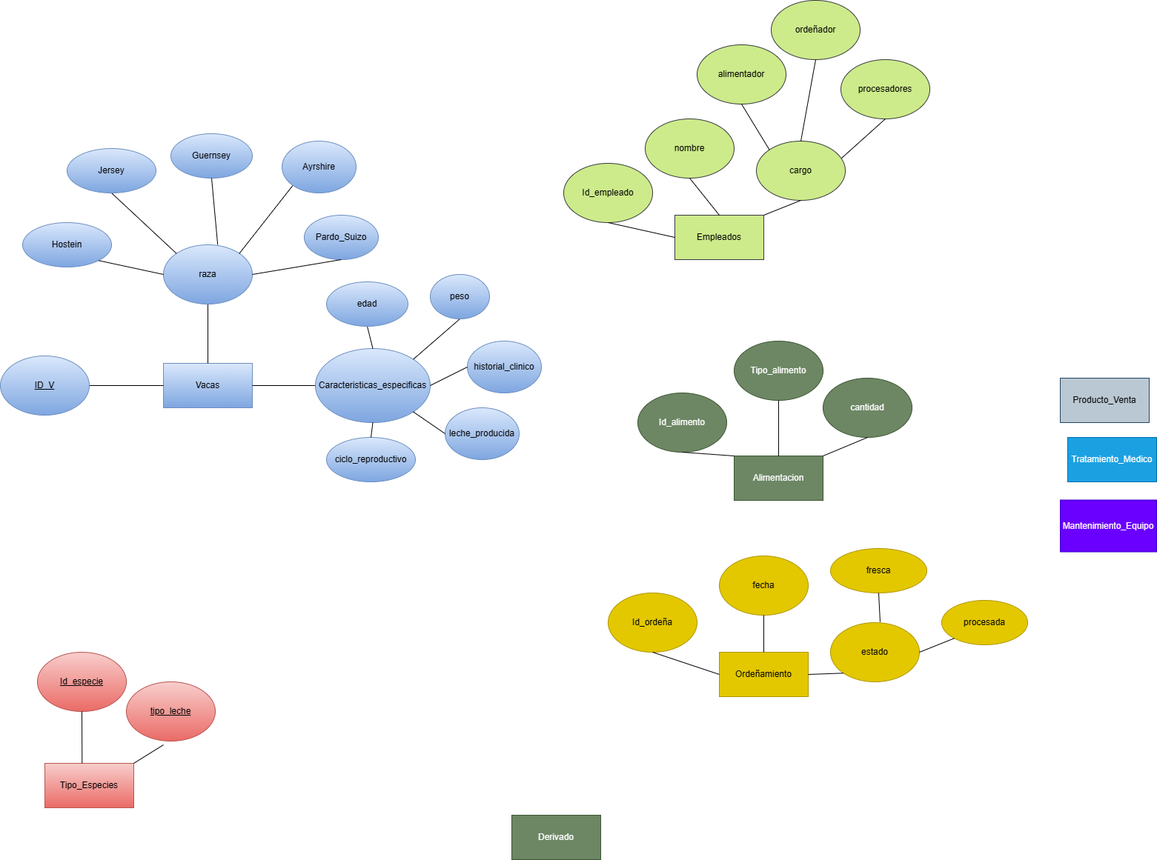
akdii/ProgramacionIV keeps this draw.io diagram as Diagrama sin título.drawio.png. Above is the earlier version. Source tidied: cells renumbered, new cells last; positions are measured from the earlier drawing's top-left corner, leaving out a move shared by most shapes.
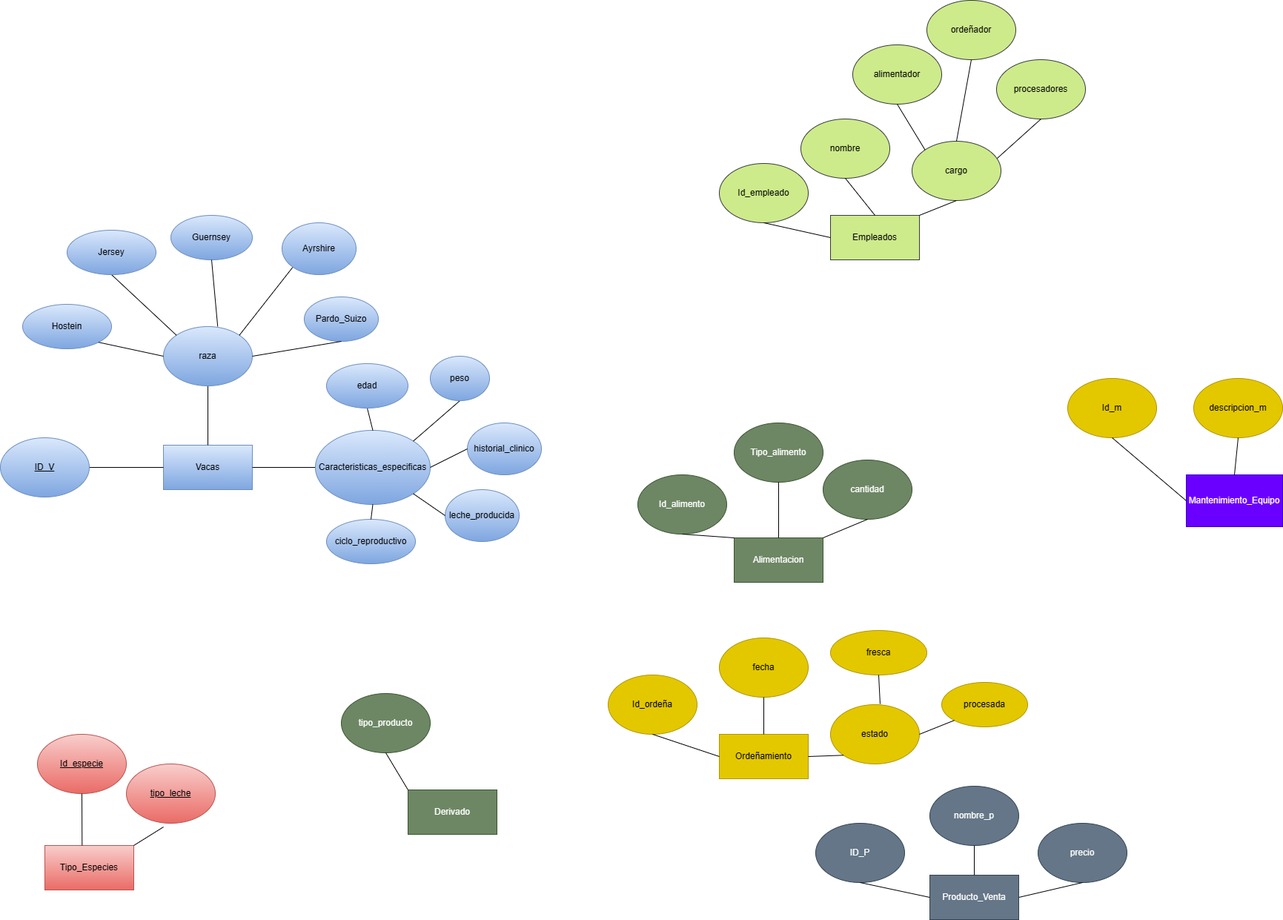
The same file after the commit.

Diff of the diagram source:
```diff
@@ -9,7 +9,7 @@
       <mxGeometry x="60" y="1030" width="120" height="60" as="geometry" />
     </mxCell>
     <mxCell id="4" value="Empleados" style="rounded=0;whiteSpace=wrap;html=1;fillColor=#cdeb8b;strokeColor=#36393d;" parent="1" vertex="1">
-      <mxGeometry x="910" y="290" width="120" height="60" as="geometry" />
+      <mxGeometry x="1120" y="180" width="120" height="60" as="geometry" />
     </mxCell>
     <mxCell id="5" value="Alimentacion" style="rounded=0;whiteSpace=wrap;html=1;fillColor=#6d8764;strokeColor=#3A5431;fontColor=#ffffff;" parent="1" vertex="1">
       <mxGeometry x="990" y="615" width="120" height="60" as="geometry" />
@@ -18,17 +18,14 @@
       <mxGeometry x="970" y="880" width="120" height="60" as="geometry" />
     </mxCell>
     <mxCell id="7" value="Derivado" style="rounded=0;whiteSpace=wrap;html=1;fillColor=#6d8764;strokeColor=#3A5431;fontColor=#ffffff;" parent="1" vertex="1">
-      <mxGeometry x="690" y="1100" width="120" height="60" as="geometry" />
+      <mxGeometry x="550" y="955" width="120" height="60" as="geometry" />
     </mxCell>
-    <mxCell id="8" value="Producto_Venta" style="rounded=0;whiteSpace=wrap;html=1;fillColor=#bac8d3;strokeColor=#23445d;" parent="1" vertex="1">
-      <mxGeometry x="1430" y="510" width="120" height="60" as="geometry" />
+    <mxCell id="8" value="Producto_Venta" style="rounded=0;whiteSpace=wrap;html=1;fillColor=#647687;strokeColor=#314354;fontColor=#ffffff;" parent="1" vertex="1">
+      <mxGeometry x="1254" y="1070" width="120" height="60" as="geometry" />
     </mxCell>
     <mxCell id="9" value="Mantenimiento_Equipo" style="rounded=0;whiteSpace=wrap;html=1;fillColor=#6a00ff;strokeColor=#3700CC;fontColor=#ffffff;" parent="1" vertex="1">
-      <mxGeometry x="1430" y="674.5" width="130" height="70" as="geometry" />
+      <mxGeometry x="1600" y="530" width="130" height="70" as="geometry" />
     </mxCell>
-    <mxCell id="10" value="Tratamiento_Medico" style="rounded=0;whiteSpace=wrap;html=1;fillColor=#1ba1e2;strokeColor=#006EAF;fontColor=#ffffff;" parent="1" vertex="1">
-      <mxGeometry x="1440" y="590" width="120" height="60" as="geometry" />
-    </mxCell>
     <mxCell id="11" style="endArrow=none;html=1;rounded=0;exitX=1;exitY=0.5;exitDx=0;exitDy=0;entryX=0;entryY=0.5;entryDx=0;entryDy=0;" parent="1" edge="1" source="2" target="16">
       <mxGeometry relative="1" as="geometry" />
     </mxCell>
@@ -120,37 +117,37 @@
       <mxGeometry relative="1" as="geometry" />
     </mxCell>
     <mxCell id="41" value="Id_empleado" style="ellipse;whiteSpace=wrap;html=1;fillColor=#cdeb8b;strokeColor=#36393d;" parent="1" vertex="1">
-      <mxGeometry x="760" y="220" width="120" height="80" as="geometry" />
+      <mxGeometry x="970" y="110" width="120" height="80" as="geometry" />
     </mxCell>
     <mxCell id="42" style="endArrow=none;html=1;rounded=0;entryX=0;entryY=0.5;entryDx=0;entryDy=0;exitX=0.5;exitY=1;exitDx=0;exitDy=0;" parent="1" edge="1" source="41" target="4">
       <mxGeometry relative="1" as="geometry" />
     </mxCell>
     <mxCell id="43" value="nombre" style="ellipse;whiteSpace=wrap;html=1;fillColor=#cdeb8b;strokeColor=#36393d;" parent="1" vertex="1">
-      <mxGeometry x="870" y="160" width="120" height="80" as="geometry" />
+      <mxGeometry x="1080" y="50" width="120" height="80" as="geometry" />
     </mxCell>
     <mxCell id="44" style="endArrow=none;html=1;rounded=0;entryX=0.5;entryY=0;entryDx=0;entryDy=0;exitX=0.5;exitY=1;exitDx=0;exitDy=0;" parent="1" edge="1" source="43" target="4">
       <mxGeometry relative="1" as="geometry" />
     </mxCell>
     <mxCell id="45" value="cargo" style="ellipse;whiteSpace=wrap;html=1;fillColor=#cdeb8b;strokeColor=#36393d;" parent="1" vertex="1">
-      <mxGeometry x="1020" y="190" width="120" height="80" as="geometry" />
+      <mxGeometry x="1230" y="80" width="120" height="80" as="geometry" />
     </mxCell>
     <mxCell id="46" style="endArrow=none;html=1;rounded=0;entryX=1;entryY=0;entryDx=0;entryDy=0;exitX=0.5;exitY=1;exitDx=0;exitDy=0;" parent="1" edge="1" source="45" target="4">
       <mxGeometry relative="1" as="geometry" />
     </mxCell>
     <mxCell id="47" value="alimentador" style="ellipse;whiteSpace=wrap;html=1;fillColor=#cdeb8b;strokeColor=#36393d;" parent="1" vertex="1">
-      <mxGeometry x="940" y="60" width="120" height="80" as="geometry" />
+      <mxGeometry x="1150" y="-50" width="120" height="80" as="geometry" />
     </mxCell>
     <mxCell id="48" style="endArrow=none;html=1;rounded=0;entryX=0;entryY=0;entryDx=0;entryDy=0;exitX=0.5;exitY=1;exitDx=0;exitDy=0;" parent="1" edge="1" source="47" target="45">
       <mxGeometry relative="1" as="geometry" />
     </mxCell>
     <mxCell id="49" value="ordeñador" style="ellipse;whiteSpace=wrap;html=1;fillColor=#cdeb8b;strokeColor=#36393d;" parent="1" vertex="1">
-      <mxGeometry x="1040" width="120" height="80" as="geometry" />
+      <mxGeometry x="1250" y="-110" width="120" height="80" as="geometry" />
     </mxCell>
     <mxCell id="50" style="endArrow=none;html=1;rounded=0;exitX=0.5;exitY=1;exitDx=0;exitDy=0;entryX=0.5;entryY=0;entryDx=0;entryDy=0;" parent="1" edge="1" source="49" target="45">
       <mxGeometry relative="1" as="geometry" />
     </mxCell>
     <mxCell id="51" value="procesadores" style="ellipse;whiteSpace=wrap;html=1;fillColor=#cdeb8b;strokeColor=#36393d;" parent="1" vertex="1">
-      <mxGeometry x="1134" y="80" width="120" height="80" as="geometry" />
+      <mxGeometry x="1344" y="-30" width="120" height="80" as="geometry" />
     </mxCell>
     <mxCell id="52" style="endArrow=none;html=1;rounded=0;entryX=0.958;entryY=0.288;entryDx=0;entryDy=0;exitX=0.5;exitY=1;exitDx=0;exitDy=0;entryPerimeter=0;" parent="1" edge="1" source="51" target="45">
       <mxGeometry relative="1" as="geometry" />
@@ -203,5 +200,41 @@
     <mxCell id="68" style="endArrow=none;html=1;rounded=0;entryX=1;entryY=0.5;entryDx=0;entryDy=0;exitX=0;exitY=1;exitDx=0;exitDy=0;" parent="1" edge="1" source="67" target="61">
       <mxGeometry relative="1" as="geometry" />
     </mxCell>
+    <mxCell id="69" value="tipo_producto" style="ellipse;whiteSpace=wrap;html=1;fillColor=#6d8764;strokeColor=#3A5431;fontColor=#ffffff;" parent="1" vertex="1">
+      <mxGeometry x="460" y="825" width="120" height="80" as="geometry" />
+    </mxCell>
+    <mxCell id="70" style="endArrow=none;html=1;rounded=0;entryX=0;entryY=0;entryDx=0;entryDy=0;exitX=0.5;exitY=1;exitDx=0;exitDy=0;" parent="1" edge="1" source="69" target="7">
+      <mxGeometry relative="1" as="geometry" />
+    </mxCell>
+    <mxCell id="71" value="ID_P" style="ellipse;whiteSpace=wrap;html=1;fillColor=#647687;strokeColor=#314354;fontColor=#ffffff;" parent="1" vertex="1">
+      <mxGeometry x="1100" y="1000" width="120" height="80" as="geometry" />
+    </mxCell>
+    <mxCell id="72" style="endArrow=none;html=1;rounded=0;entryX=0;entryY=0.5;entryDx=0;entryDy=0;exitX=0.5;exitY=1;exitDx=0;exitDy=0;" parent="1" edge="1" source="71" target="8">
+      <mxGeometry relative="1" as="geometry" />
+    </mxCell>
+    <mxCell id="73" value="nombre_p" style="ellipse;whiteSpace=wrap;html=1;fillColor=#647687;strokeColor=#314354;fontColor=#ffffff;" parent="1" vertex="1">
+      <mxGeometry x="1254" y="950" width="120" height="80" as="geometry" />
+    </mxCell>
+    <mxCell id="74" style="endArrow=none;html=1;rounded=0;entryX=0.5;entryY=0;entryDx=0;entryDy=0;exitX=0.5;exitY=1;exitDx=0;exitDy=0;" parent="1" edge="1" source="73" target="8">
+      <mxGeometry relative="1" as="geometry" />
+    </mxCell>
+    <mxCell id="75" value="precio" style="ellipse;whiteSpace=wrap;html=1;fillColor=#647687;strokeColor=#314354;fontColor=#ffffff;" parent="1" vertex="1">
+      <mxGeometry x="1400" y="1000" width="120" height="80" as="geometry" />
+    </mxCell>
+    <mxCell id="76" style="endArrow=none;html=1;rounded=0;entryX=1;entryY=0.5;entryDx=0;entryDy=0;exitX=0.5;exitY=1;exitDx=0;exitDy=0;" parent="1" edge="1" source="75" target="8">
+      <mxGeometry relative="1" as="geometry" />
+    </mxCell>
+    <mxCell id="77" value="Id_m" style="ellipse;whiteSpace=wrap;html=1;fillColor=#e3c800;strokeColor=#B09500;fontColor=#000000;" parent="1" vertex="1">
+      <mxGeometry x="1440" y="400" width="120" height="80" as="geometry" />
+    </mxCell>
+    <mxCell id="78" style="endArrow=none;html=1;rounded=0;entryX=0;entryY=0.5;entryDx=0;entryDy=0;exitX=0.5;exitY=1;exitDx=0;exitDy=0;" parent="1" edge="1" source="77" target="9">
+      <mxGeometry relative="1" as="geometry" />
+    </mxCell>
+    <mxCell id="79" value="descripcion_m" style="ellipse;whiteSpace=wrap;html=1;fillColor=#e3c800;strokeColor=#B09500;fontColor=#000000;" parent="1" vertex="1">
+      <mxGeometry x="1610" y="400" width="120" height="80" as="geometry" />
+    </mxCell>
+    <mxCell id="80" style="endArrow=none;html=1;rounded=0;entryX=0.5;entryY=0;entryDx=0;entryDy=0;exitX=0.5;exitY=1;exitDx=0;exitDy=0;" parent="1" edge="1" source="79" target="9">
+      <mxGeometry relative="1" as="geometry" />
+    </mxCell>
   </root>
 </mxGraphModel>
```
